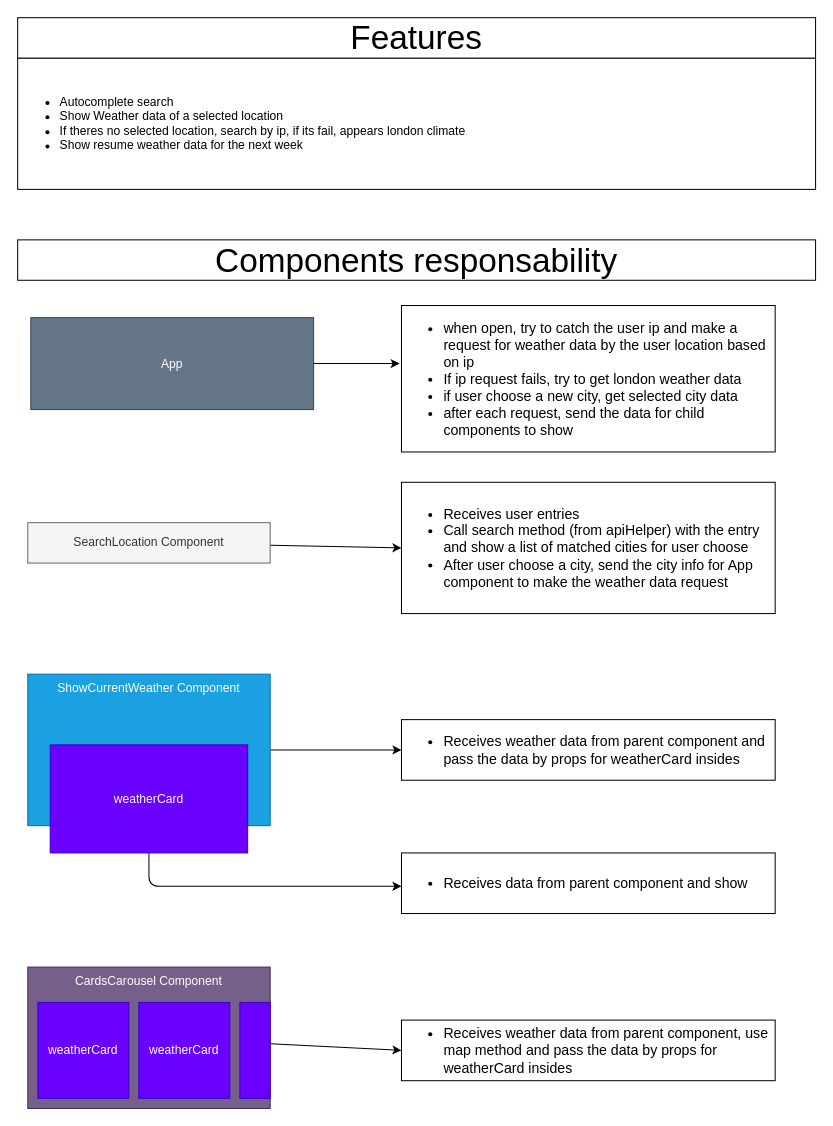
Earlier version of the draw.io diagram documentation/features.drawio (FelipeAnony/weather.io). Source tidied: cells renumbered, new cells numbered last; positions are measured from the earlier drawing's top-left corner, leaving out a move shared by most shapes. Both pictures are drawn from the tidied source at 101%, with x=0, y=0 at pixel (17, 17).
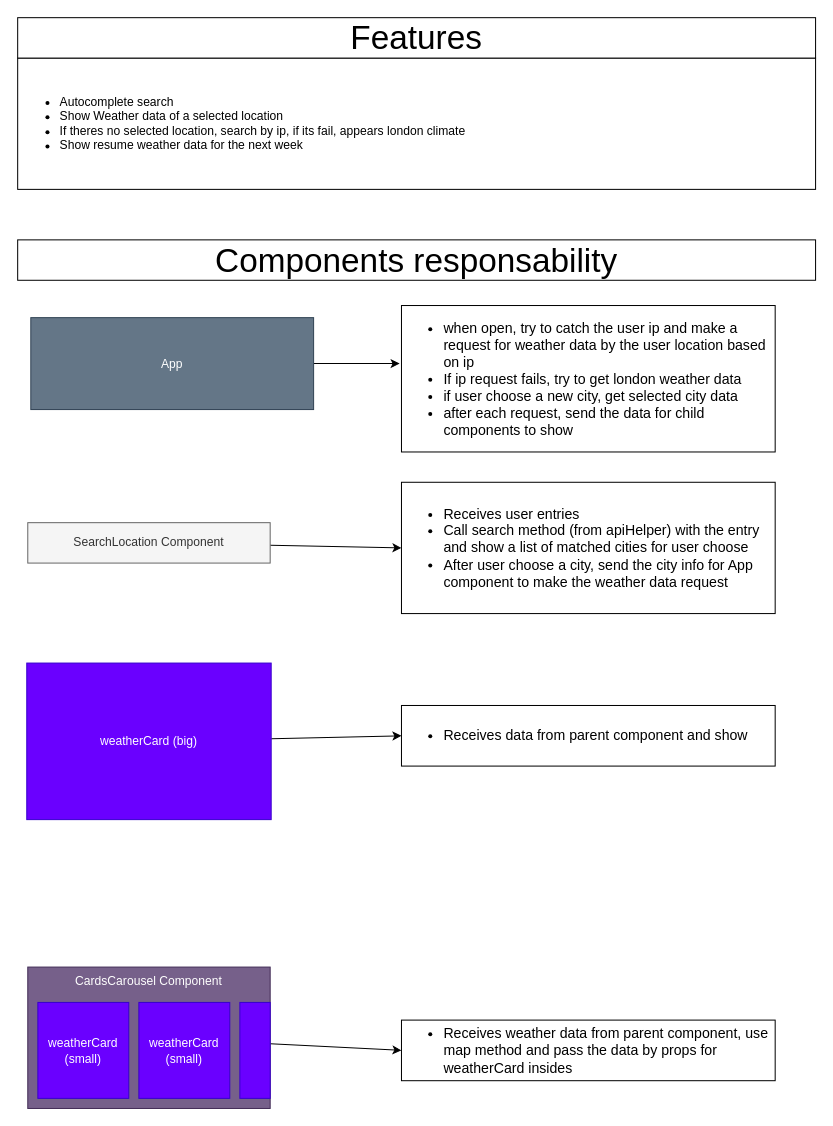
The same diagram, later.

The edit, as a diff of the source:
```diff
@@
-    <mxCell id="8" style="edgeStyle=none;html=1;fontSize=14;" parent="1" edge="1" source="9">
-      <mxGeometry relative="1" as="geometry">
-        <mxPoint x="380" y="725" as="targetPoint" />
-      </mxGeometry>
-    </mxCell>
-    <mxCell id="9" value="ShowCurrentWeather Component" style="rounded=0;whiteSpace=wrap;html=1;fillColor=#1ba1e2;strokeColor=#006EAF;fontColor=#ffffff;verticalAlign=top;" parent="1" vertex="1">
-      <mxGeometry x="10" y="650" width="240" height="150" as="geometry" />
-    </mxCell>
-    <mxCell id="10" style="edgeStyle=none;html=1;fontSize=14;exitX=0.5;exitY=1;exitDx=0;exitDy=0;" parent="1" edge="1" source="11">
-      <mxGeometry relative="1" as="geometry">
-        <mxPoint x="380" y="860" as="targetPoint" />
-        <Array as="points">
-          <mxPoint x="130" y="860" />
-        </Array>
-      </mxGeometry>
-    </mxCell>
+    <mxCell id="23" style="edgeStyle=none;html=1;entryX=0;entryY=0.5;entryDx=0;entryDy=0;" parent="1" edge="1" source="11" target="13">
+      <mxGeometry relative="1" as="geometry" />
+    </mxCell>
-    <mxCell id="11" value="weatherCard" style="rounded=0;whiteSpace=wrap;html=1;fillColor=#6a00ff;fontColor=#ffffff;strokeColor=#3700CC;" parent="1" vertex="1">
-      <mxGeometry x="32.2" y="720" width="195.5" height="107" as="geometry" />
+    <mxCell id="11" value="weatherCard (big)" style="rounded=0;whiteSpace=wrap;html=1;fillColor=#6a00ff;fontColor=#ffffff;strokeColor=#3700CC;" parent="1" vertex="1">
+      <mxGeometry x="9" y="639" width="242" height="155" as="geometry" />
     </mxCell>
-    <mxCell id="12" value="&lt;ul style=&quot;font-size: 14px&quot;&gt;&lt;li&gt;Receives weather data from parent component and pass the data by props for weatherCard insides&lt;/li&gt;&lt;/ul&gt;" style="whiteSpace=wrap;html=1;fontSize=33;align=left;" parent="1" vertex="1">
-      <mxGeometry x="380" y="695" width="370" height="60" as="geometry" />
-    </mxCell>
     <mxCell id="13" value="&lt;ul style=&quot;font-size: 14px&quot;&gt;&lt;li&gt;Receives data from parent component and show&lt;/li&gt;&lt;/ul&gt;" style="whiteSpace=wrap;html=1;fontSize=33;align=left;" parent="1" vertex="1">
-      <mxGeometry x="380" y="827" width="370" height="60" as="geometry" />
+      <mxGeometry x="380" y="681" width="370" height="60" as="geometry" />
     </mxCell>
@@
-    <mxCell id="16" value="weatherCard" style="rounded=0;whiteSpace=wrap;html=1;fillColor=#6a00ff;fontColor=#ffffff;strokeColor=#3700CC;" parent="1" vertex="1">
+    <mxCell id="16" value="weatherCard&lt;br&gt;(small)" style="rounded=0;whiteSpace=wrap;html=1;fillColor=#6a00ff;fontColor=#ffffff;strokeColor=#3700CC;" parent="1" vertex="1">
       <mxGeometry x="20" y="975" width="90" height="95" as="geometry" />
     </mxCell>
-    <mxCell id="17" value="weatherCard" style="rounded=0;whiteSpace=wrap;html=1;fillColor=#6a00ff;fontColor=#ffffff;strokeColor=#3700CC;" parent="1" vertex="1">
+    <mxCell id="17" value="weatherCard&lt;br&gt;(small)" style="rounded=0;whiteSpace=wrap;html=1;fillColor=#6a00ff;fontColor=#ffffff;strokeColor=#3700CC;" parent="1" vertex="1">
       <mxGeometry x="120" y="975" width="90" height="95" as="geometry" />
     </mxCell>
```
